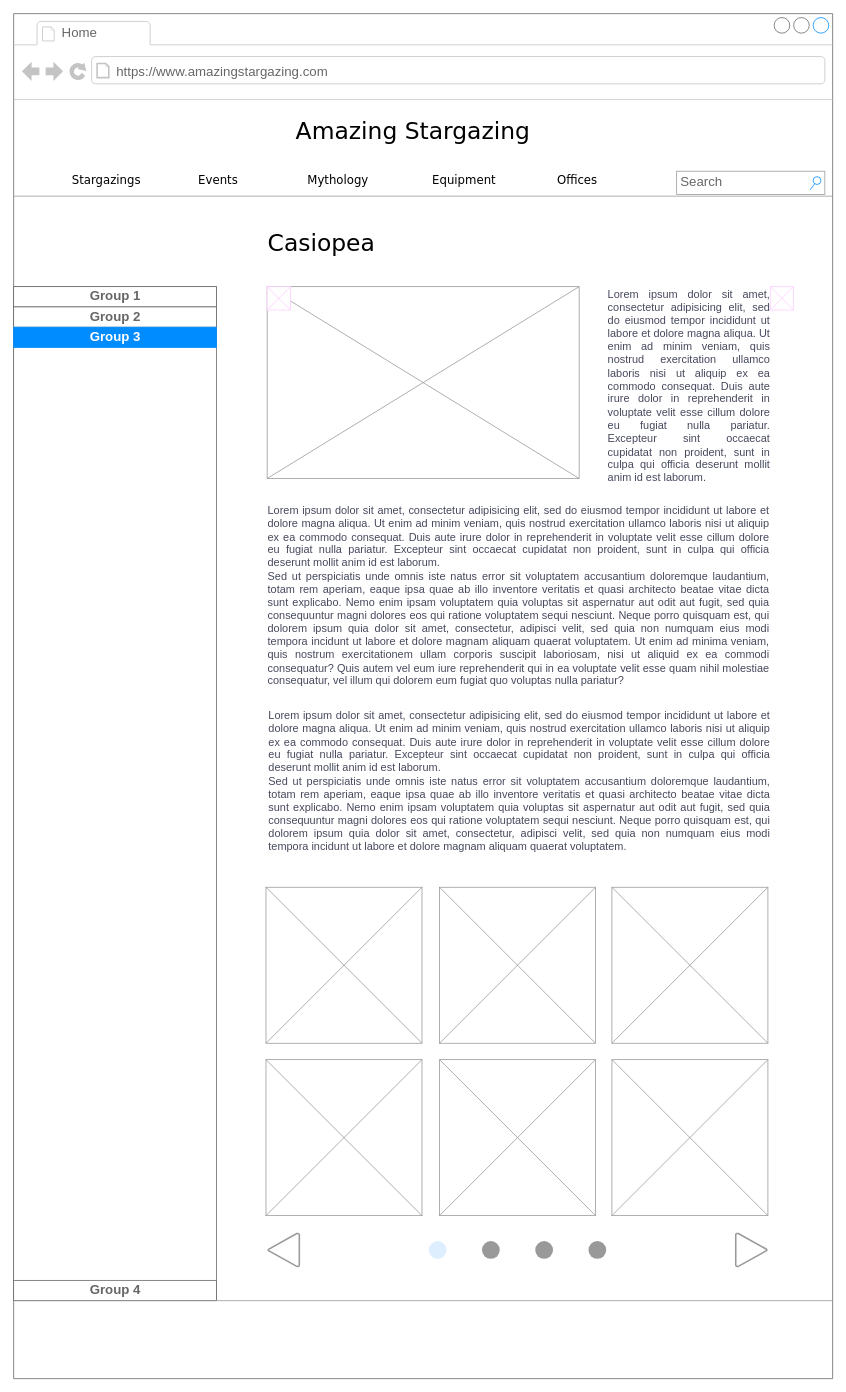
Earlier version of the draw.io diagram page "Content detail" (3 of 5) of Amazing_stargazing.drawio (celia10335/Disenyo-interfaces). Source tidied: cells renumbered, new cells numbered last; positions are measured from the earlier drawing's top-left corner, leaving out a move shared by most shapes. Both pictures are drawn from the tidied source at 78%, with x=0, y=0 at pixel (13, 13).
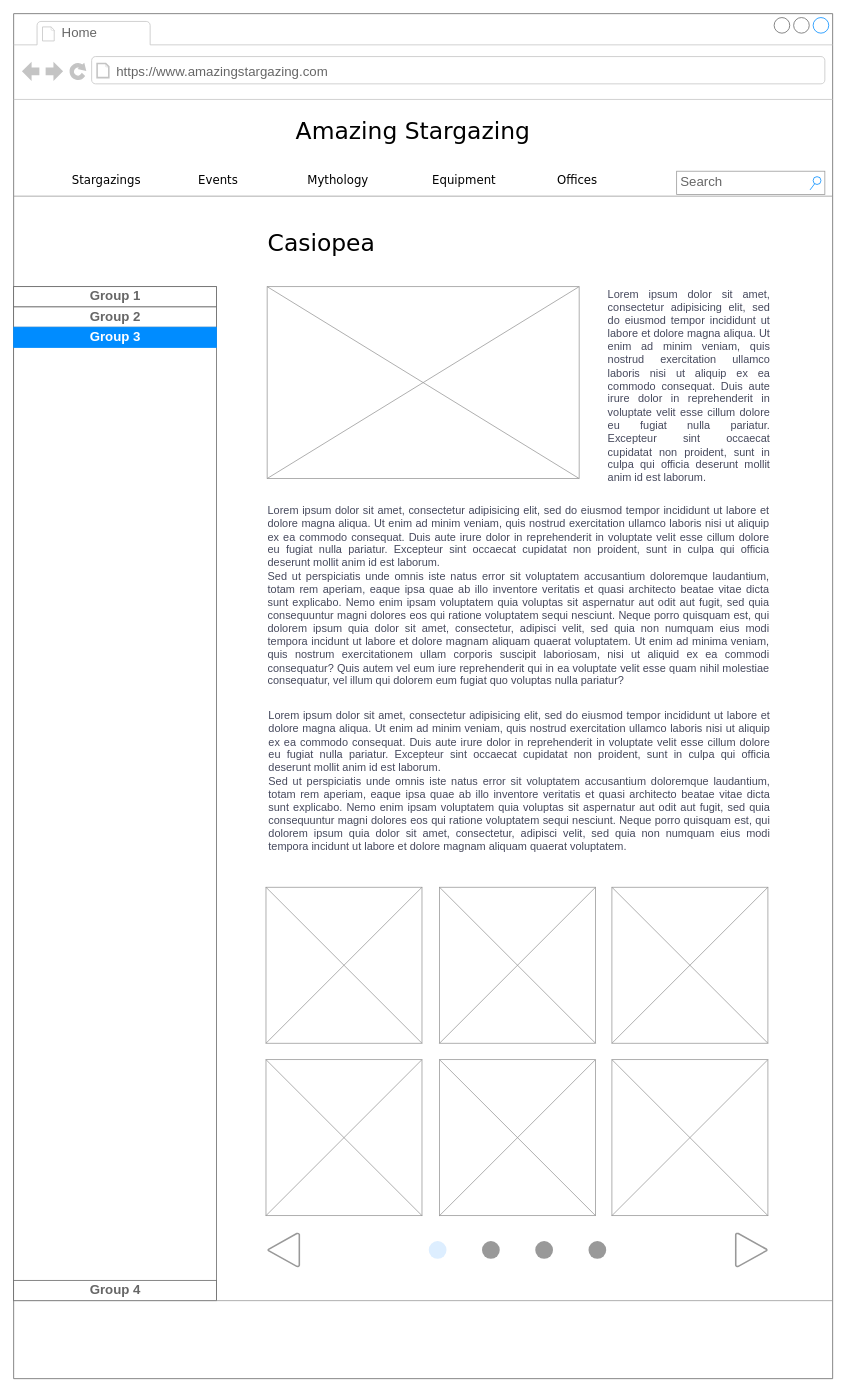
After the change.

The change refers to these unchanged cells:
```xml
<mxCell id="2" style="strokeWidth=1;shadow=0;dashed=0;align=center;html=1;shape=mxgraph.mockup.containers.browserWindow;rSize=0;strokeColor=#666666;mainText=,;rounded=0;labelBackgroundColor=none;fontFamily=Verdana;fontSize=14;" parent="1" vertex="1">
  <mxGeometry width="1050" height="1750" as="geometry" />
</mxCell>
```

What changed in the source:
```diff
@@
-    <mxCell id="24" style="verticalLabelPosition=bottom;shadow=0;dashed=0;align=center;html=1;verticalAlign=top;strokeWidth=1;shape=mxgraph.mockup.graphics.simpleIcon;fillStyle=auto;fillColor=#FFFFFF;strokeColor=#FFCCFF;" parent="2" vertex="1">
-      <mxGeometry x="325" y="350" width="30" height="30" as="geometry" />
-    </mxCell>
@@
-    <mxCell id="34" style="verticalLabelPosition=bottom;shadow=0;dashed=0;align=center;html=1;verticalAlign=top;strokeWidth=1;shape=mxgraph.mockup.graphics.simpleIcon;fillStyle=auto;fillColor=#FFFFFF;strokeColor=#FFCCFF;" parent="1" vertex="1">
-      <mxGeometry x="970" y="350" width="30" height="30" as="geometry" />
-    </mxCell>
```
